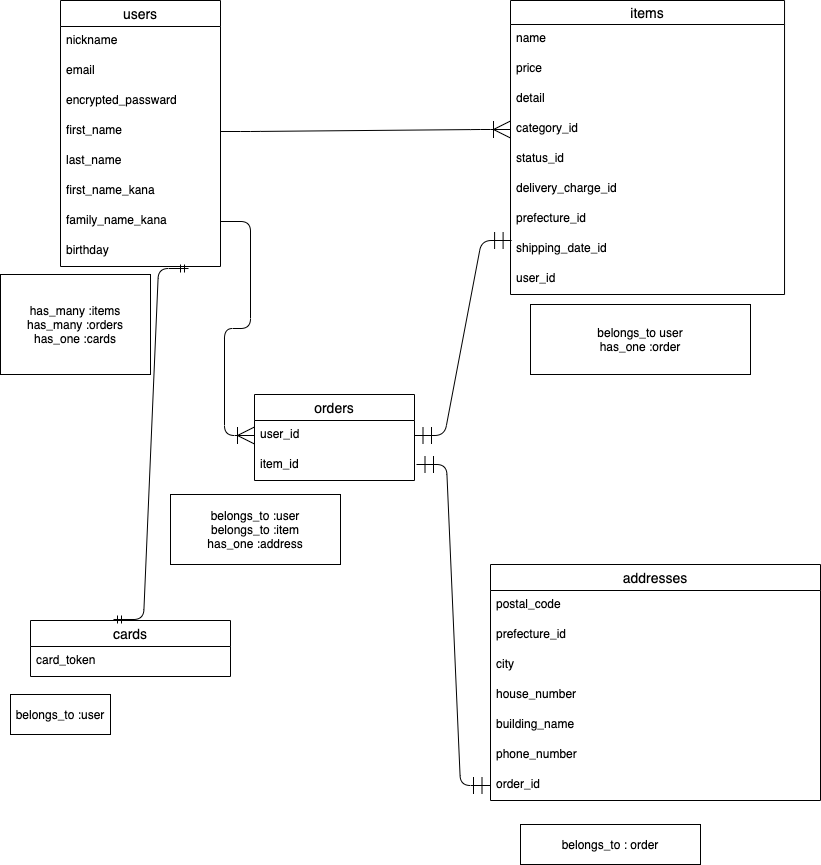
Before: entity.dio.png, a diagram exported from draw.io (neeee22/furima-35953). Source tidied: cells renumbered, new cells last; positions are measured from the earlier drawing's top-left corner, leaving out a move shared by most shapes.
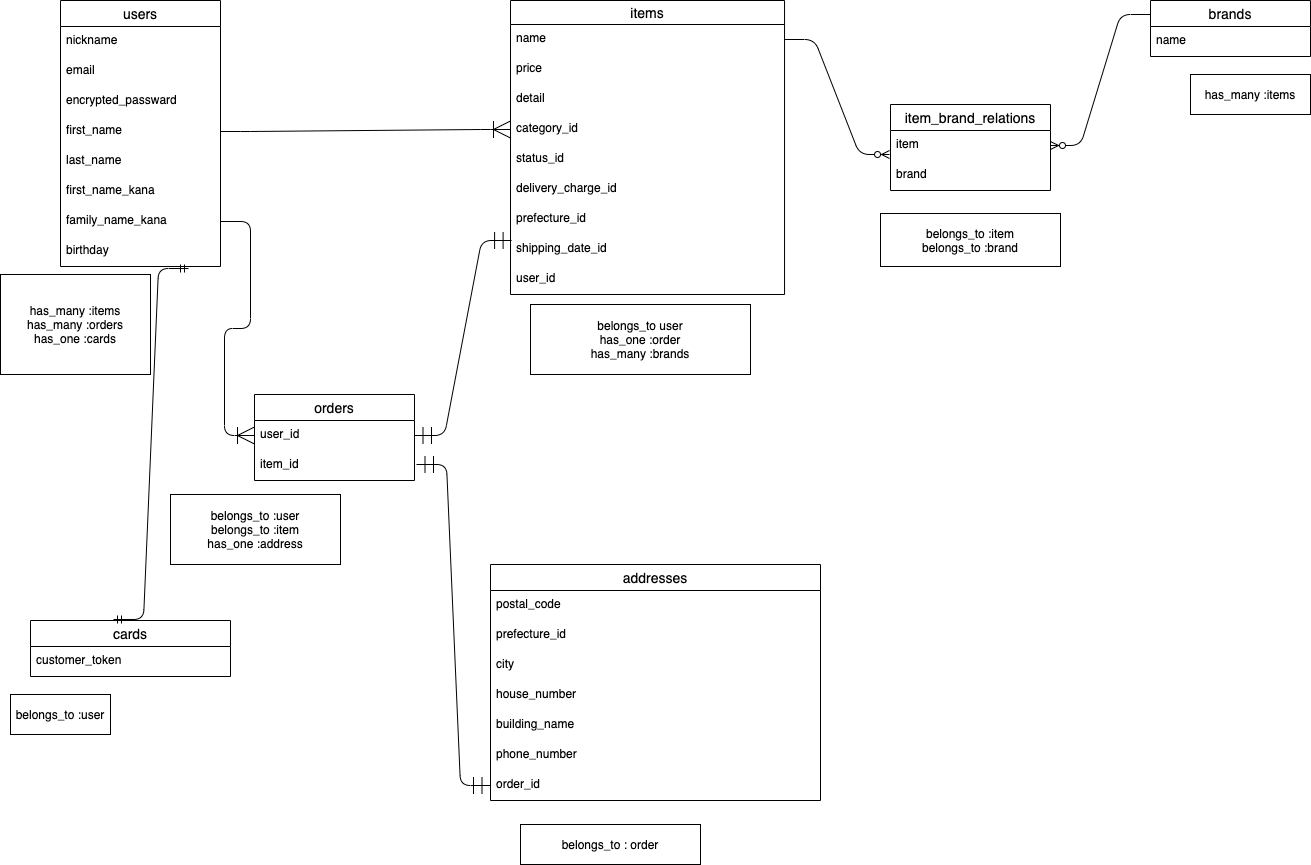
The same file after the commit.

Commit message:
ER図、READMEの修正

Diff of the diagram source:
```diff
@@ -92,7 +92,7 @@
     <mxCell id="31" value="has_many :items&lt;br&gt;has_many :orders&lt;br&gt;has_one :cards" style="whiteSpace=wrap;html=1;align=center;" parent="1" vertex="1">
       <mxGeometry y="274" width="150" height="100" as="geometry" />
     </mxCell>
-    <mxCell id="32" value="belongs_to user&lt;br&gt;has_one :order" style="whiteSpace=wrap;html=1;align=center;" parent="1" vertex="1">
+    <mxCell id="32" value="belongs_to user&lt;br&gt;has_one :order&lt;br&gt;has_many :brands" style="whiteSpace=wrap;html=1;align=center;" parent="1" vertex="1">
       <mxGeometry x="530" y="304" width="220" height="70" as="geometry" />
     </mxCell>
     <mxCell id="33" value="belongs_to : order" style="whiteSpace=wrap;html=1;align=center;" parent="1" vertex="1">
@@ -121,7 +121,7 @@
     <mxCell id="40" value="cards" style="swimlane;fontStyle=0;horizontal=1;startSize=26;align=center;fontSize=14;" parent="1" vertex="1">
       <mxGeometry x="30" y="620" width="200" height="56" as="geometry" />
     </mxCell>
-    <mxCell id="41" value="card_token" style="text;strokeColor=none;fillColor=none;spacingLeft=4;spacingRight=4;overflow=hidden;fontSize=12;" parent="40" vertex="1">
+    <mxCell id="41" value="customer_token" style="text;strokeColor=none;fillColor=none;spacingLeft=4;spacingRight=4;overflow=hidden;fontSize=12;" parent="40" vertex="1">
       <mxGeometry y="26" width="200" height="30" as="geometry" />
     </mxCell>
     <mxCell id="42" style="edgeStyle=entityRelationEdgeStyle;fontSize=12;html=1;endArrow=ERmandOne;startArrow=ERmandOne;entryX=0.8;entryY=1.067;entryDx=0;entryDy=0;entryPerimeter=0;exitX=0.415;exitY=-0.018;exitDx=0;exitDy=0;exitPerimeter=0;" parent="1" edge="1" source="40" target="10">
@@ -130,5 +130,32 @@
     <mxCell id="43" value="belongs_to :user" style="whiteSpace=wrap;html=1;align=center;" parent="1" vertex="1">
       <mxGeometry x="10" y="694" width="100" height="40" as="geometry" />
     </mxCell>
+    <mxCell id="44" value="brands" style="swimlane;fontStyle=0;horizontal=1;startSize=26;align=center;fontSize=14;" parent="1" vertex="1">
+      <mxGeometry x="1150" width="160" height="56" as="geometry" />
+    </mxCell>
+    <mxCell id="45" value="name&#10;" style="text;strokeColor=none;fillColor=none;spacingLeft=4;spacingRight=4;overflow=hidden;fontSize=12;" parent="44" vertex="1">
+      <mxGeometry y="26" width="160" height="30" as="geometry" />
+    </mxCell>
+    <mxCell id="46" value="item_brand_relations" style="swimlane;fontStyle=0;horizontal=1;startSize=26;align=center;fontSize=14;" parent="1" vertex="1">
+      <mxGeometry x="890" y="104" width="160" height="86" as="geometry" />
+    </mxCell>
+    <mxCell id="47" value="item" style="text;strokeColor=none;fillColor=none;spacingLeft=4;spacingRight=4;overflow=hidden;points=[[0,0.5],[1,0.5]];portConstraint=eastwest;fontSize=12;" parent="46" vertex="1">
+      <mxGeometry y="26" width="160" height="30" as="geometry" />
+    </mxCell>
+    <mxCell id="48" value="brand" style="text;strokeColor=none;fillColor=none;spacingLeft=4;spacingRight=4;overflow=hidden;fontSize=12;" parent="46" vertex="1">
+      <mxGeometry y="56" width="160" height="30" as="geometry" />
+    </mxCell>
+    <mxCell id="49" style="edgeStyle=entityRelationEdgeStyle;fontSize=12;html=1;endArrow=ERzeroToMany;endFill=1;exitX=1;exitY=0.5;exitDx=0;exitDy=0;entryX=-0.006;entryY=0.8;entryDx=0;entryDy=0;entryPerimeter=0;" parent="1" edge="1" source="12" target="47">
+      <mxGeometry relative="1" as="geometry" />
+    </mxCell>
+    <mxCell id="50" style="edgeStyle=entityRelationEdgeStyle;fontSize=12;html=1;endArrow=ERzeroToMany;endFill=1;entryX=1;entryY=0.5;entryDx=0;entryDy=0;exitX=0;exitY=0.25;exitDx=0;exitDy=0;" parent="1" edge="1" source="44" target="47">
+      <mxGeometry relative="1" as="geometry" />
+    </mxCell>
+    <mxCell id="51" value="has_many :items" style="whiteSpace=wrap;html=1;align=center;" parent="1" vertex="1">
+      <mxGeometry x="1190" y="74" width="120" height="40" as="geometry" />
+    </mxCell>
+    <mxCell id="52" value="belongs_to :item&lt;br&gt;belongs_to :brand" style="whiteSpace=wrap;html=1;align=center;" parent="1" vertex="1">
+      <mxGeometry x="880" y="213" width="180" height="53" as="geometry" />
+    </mxCell>
   </root>
 </mxGraphModel>
```
